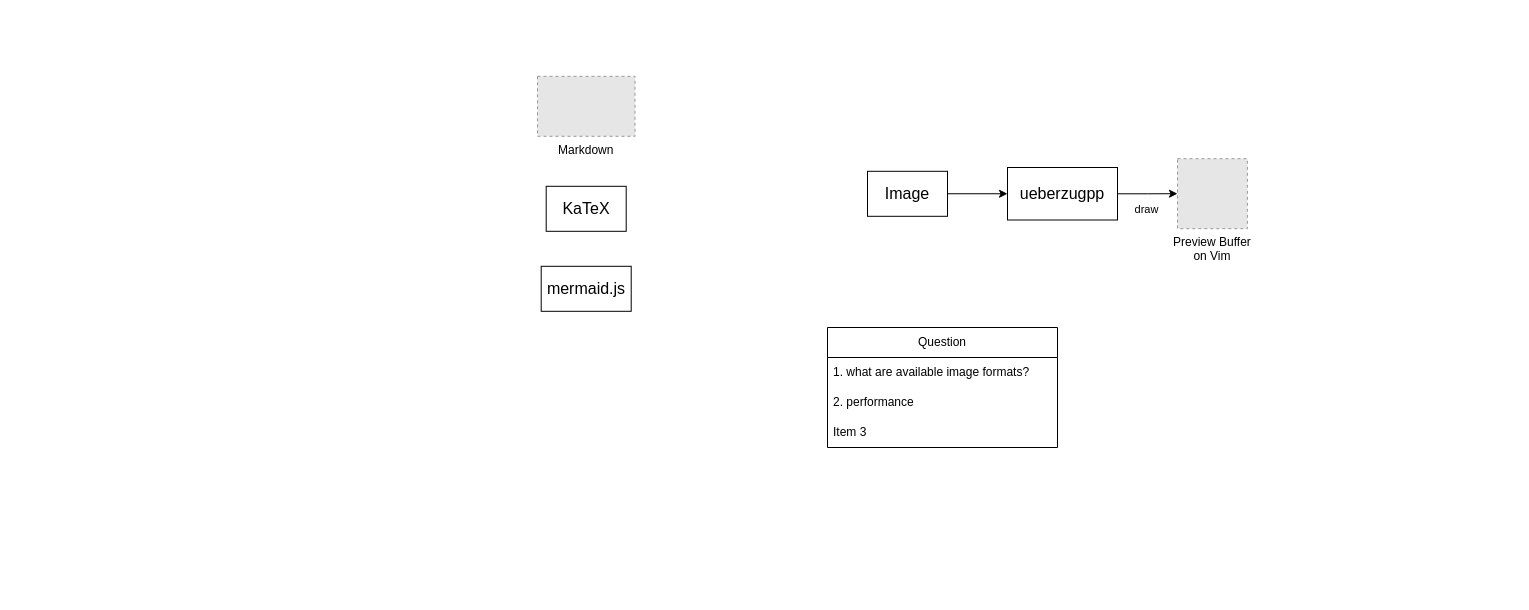
Before: markdown-preview_vim/markdown-preview_vim.drawio in takeshiD/ideabook, a draw.io diagram. Source tidied: cells renumbered, new cells numbered last; positions are measured from the earlier drawing's top-left corner, leaving out a move shared by most shapes. Both pictures are drawn from the tidied source at 100%, with x=0, y=0 at pixel (537, 76). Pictures stored in the file or linked from it are replaced by grey dashed boxes.
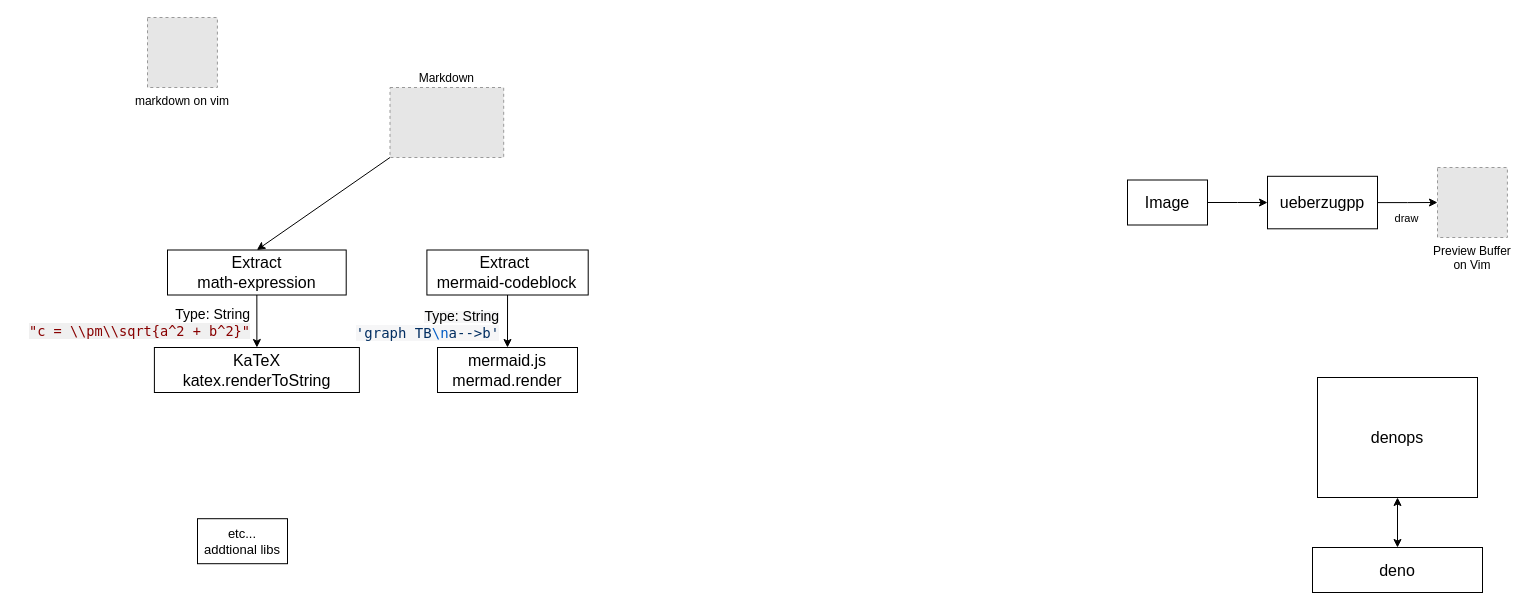
The same diagram, later.

Commit message (it also covers changes not shown here):
markdown-preview_vim.drawio を更新します

What changed in the source:
```diff
@@
     <mxCell id="2" value="Preview Buffer&#10;on Vim&#10;" style="fillColor=#E6E6E6;strokeColor=#999999;dashed=1;verticalLabelPosition=bottom;labelBackgroundColor=default;verticalAlign=top;" parent="1" vertex="1">
-      <mxGeometry x="640" y="82.2" width="69.9" height="70" as="geometry" />
+      <mxGeometry x="900" y="91" width="69.9" height="70" as="geometry" />
     </mxCell>
+    <mxCell id="15" style="rounded=0;jettySize=auto;html=1;exitX=0;exitY=1;exitDx=0;exitDy=0;entryX=0.5;entryY=0;entryDx=0;entryDy=0;" parent="1" edge="1" source="3" target="23">
+      <mxGeometry relative="1" as="geometry" />
+    </mxCell>
-    <mxCell id="3" value="Markdown" style="fillColor=#E6E6E6;strokeColor=#999999;dashed=1;verticalLabelPosition=bottom;labelBackgroundColor=default;verticalAlign=top;" parent="1" vertex="1">
-      <mxGeometry y="-0.2" width="97.5" height="60" as="geometry" />
+    <mxCell id="3" value="Markdown" style="fillColor=#E6E6E6;strokeColor=#999999;dashed=1;verticalLabelPosition=top;labelBackgroundColor=default;verticalAlign=bottom;labelPosition=center;align=center;" parent="1" vertex="1">
+      <mxGeometry x="-147.5" y="11" width="113.7" height="70" as="geometry" />
     </mxCell>
-    <mxCell id="4" value="KaTeX" style="text;html=1;align=center;verticalAlign=middle;whiteSpace=wrap;rounded=0;strokeColor=default;fontSize=16;" parent="1" vertex="1">
-      <mxGeometry x="8.7" y="109.8" width="80" height="45" as="geometry" />
+    <mxCell id="4" value="KaTeX&lt;div&gt;katex.renderToString&lt;/div&gt;" style="text;html=1;align=center;verticalAlign=middle;whiteSpace=wrap;rounded=0;strokeColor=default;fontSize=16;" parent="1" vertex="1">
+      <mxGeometry x="-383.1" y="271" width="205" height="45" as="geometry" />
     </mxCell>
-    <mxCell id="5" value="mermaid.js" style="text;html=1;align=center;verticalAlign=middle;whiteSpace=wrap;rounded=0;strokeColor=default;fontSize=16;" parent="1" vertex="1">
-      <mxGeometry x="3.7" y="189.8" width="90" height="45" as="geometry" />
+    <mxCell id="5" value="mermaid.js&lt;div&gt;mermad.render&lt;/div&gt;" style="text;html=1;align=center;verticalAlign=middle;whiteSpace=wrap;rounded=0;strokeColor=default;fontSize=16;" parent="1" vertex="1">
+      <mxGeometry x="-100" y="271" width="140" height="45" as="geometry" />
     </mxCell>
@@
     <mxCell id="8" value="ueberzugpp" style="text;html=1;align=center;verticalAlign=middle;whiteSpace=wrap;rounded=0;strokeColor=default;fontSize=16;" parent="1" vertex="1">
-      <mxGeometry x="470" y="91" width="110" height="52.5" as="geometry" />
+      <mxGeometry x="730" y="99.8" width="110" height="52.5" as="geometry" />
     </mxCell>
@@
     <mxCell id="10" value="Image" style="text;html=1;align=center;verticalAlign=middle;whiteSpace=wrap;rounded=0;strokeColor=default;fontSize=16;" parent="1" vertex="1">
-      <mxGeometry x="330" y="94.8" width="80" height="45" as="geometry" />
+      <mxGeometry x="590" y="103.5" width="80" height="45" as="geometry" />
     </mxCell>
-    <mxCell id="11" value="Question" style="swimlane;fontStyle=0;horizontal=1;startSize=30;whiteSpace=wrap;html=1;" parent="1" vertex="1">
-      <mxGeometry x="290" y="251" width="230" height="120" as="geometry" />
-    </mxCell>
-    <mxCell id="12" value="1. what are available image formats?" style="text;strokeColor=none;fillColor=none;align=left;verticalAlign=middle;spacingLeft=4;spacingRight=4;overflow=hidden;whiteSpace=wrap;html=1;" parent="11" vertex="1">
-      <mxGeometry y="30" width="230" height="30" as="geometry" />
-    </mxCell>
-    <mxCell id="13" value="2. performance" style="text;strokeColor=none;fillColor=none;align=left;verticalAlign=middle;spacingLeft=4;spacingRight=4;overflow=hidden;whiteSpace=wrap;html=1;" parent="11" vertex="1">
-      <mxGeometry y="60" width="230" height="30" as="geometry" />
-    </mxCell>
-    <mxCell id="14" value="Item 3" style="text;strokeColor=none;fillColor=none;align=left;verticalAlign=middle;spacingLeft=4;spacingRight=4;overflow=hidden;whiteSpace=wrap;html=1;" parent="11" vertex="1">
-      <mxGeometry y="90" width="230" height="30" as="geometry" />
-    </mxCell>
+    <mxCell id="16" value="markdown on vim" style="fillColor=#E6E6E6;strokeColor=#999999;dashed=1;verticalLabelPosition=bottom;labelBackgroundColor=default;verticalAlign=top;" parent="1" vertex="1">
+      <mxGeometry x="-390" y="-59" width="69.9" height="70" as="geometry" />
+    </mxCell>
+    <mxCell id="17" value="etc...&lt;div style=&quot;font-size: 13px;&quot;&gt;addtional libs&lt;/div&gt;" style="text;html=1;align=center;verticalAlign=middle;whiteSpace=wrap;rounded=0;strokeColor=default;fontSize=13;" parent="1" vertex="1">
+      <mxGeometry x="-340" y="442.2" width="90" height="45" as="geometry" />
+    </mxCell>
+    <mxCell id="18" style="rounded=0;jettySize=auto;html=1;exitX=0.5;exitY=1;exitDx=0;exitDy=0;entryX=0.5;entryY=0;entryDx=0;entryDy=0;startArrow=classic;startFill=1;" parent="1" edge="1" source="19" target="20">
+      <mxGeometry relative="1" as="geometry" />
+    </mxCell>
+    <mxCell id="19" value="denops" style="text;html=1;align=center;verticalAlign=middle;whiteSpace=wrap;rounded=0;strokeColor=default;fontSize=16;" parent="1" vertex="1">
+      <mxGeometry x="780" y="301" width="160" height="120" as="geometry" />
+    </mxCell>
+    <mxCell id="20" value="deno" style="text;html=1;align=center;verticalAlign=middle;whiteSpace=wrap;rounded=0;strokeColor=default;fontSize=16;" parent="1" vertex="1">
+      <mxGeometry x="775" y="471" width="170" height="45" as="geometry" />
+    </mxCell>
+    <mxCell id="21" value="&lt;div&gt;&lt;span style=&quot;white-space: pre;&quot;&gt;&lt;font style=&quot;font-size: 14px;&quot;&gt;Type: String&lt;/font&gt;&lt;/span&gt;&lt;/div&gt;&lt;span style=&quot;color: rgb(136, 0, 0); font-family: SFMono-Regular, Menlo, Monaco, Consolas, &amp;quot;Liberation Mono&amp;quot;, &amp;quot;Courier New&amp;quot;, monospace; font-size: 13.6px; white-space: pre; background-color: rgb(240, 240, 240);&quot;&gt;&quot;c = \\pm\\sqrt{a^2 + b^2}&quot;&lt;/span&gt;" style="text;html=1;align=right;verticalAlign=middle;whiteSpace=wrap;rounded=0;" parent="1" vertex="1">
+      <mxGeometry x="-520" y="231" width="235" height="30" as="geometry" />
+    </mxCell>
+    <mxCell id="22" style="rounded=0;jettySize=auto;html=1;exitX=0.5;exitY=1;exitDx=0;exitDy=0;entryX=0.5;entryY=0;entryDx=0;entryDy=0;" parent="1" edge="1" source="23" target="4">
+      <mxGeometry relative="1" as="geometry" />
+    </mxCell>
+    <mxCell id="23" value="Extract&lt;div&gt;math-expression&lt;/div&gt;" style="text;html=1;align=center;verticalAlign=middle;whiteSpace=wrap;rounded=0;strokeColor=default;fontSize=16;" parent="1" vertex="1">
+      <mxGeometry x="-370" y="173.5" width="178.7" height="45" as="geometry" />
+    </mxCell>
+    <mxCell id="24" style="rounded=0;jettySize=auto;html=1;exitX=0.5;exitY=1;exitDx=0;exitDy=0;entryX=0.5;entryY=0;entryDx=0;entryDy=0;" parent="1" edge="1" source="26" target="5">
+      <mxGeometry relative="1" as="geometry" />
+    </mxCell>
+    <mxCell id="25" value="&lt;div style=&quot;text-align: right;&quot;&gt;&lt;span style=&quot;box-sizing: border-box; --un-rotate: 0; --un-rotate-x: 0; --un-rotate-y: 0; --un-rotate-z: 0; --un-scale-x: 1; --un-scale-y: 1; --un-scale-z: 1; --un-skew-x: 0; --un-skew-y: 0; --un-translate-x: 0; --un-translate-y: 0; --un-translate-z: 0; --un-pan-x: ; --un-pan-y: ; --un-pinch-zoom: ; --un-scroll-snap-strictness: proximity; --un-ordinal: ; --un-slashed-zero: ; --un-numeric-figure: ; --un-numeric-spacing: ; --un-numeric-fraction: ; --un-border-spacing-x: 0; --un-border-spacing-y: 0; --un-ring-offset-shadow: 0 0 rgb(0 0 0 / 0); --un-ring-shadow: 0 0 rgb(0 0 0 / 0); --un-shadow-inset: ; --un-shadow: 0 0 rgb(0 0 0 / 0); --un-ring-inset: ; --un-ring-offset-width: 0px; --un-ring-offset-color: #fff; --un-ring-width: 0px; --un-ring-color: rgb(147 197 253 / .5); --un-blur: ; --un-brightness: ; --un-contrast: ; --un-drop-shadow: ; --un-grayscale: ; --un-hue-rotate: ; --un-invert: ; --un-saturate: ; --un-sepia: ; --un-backdrop-blur: ; --un-backdrop-brightness: ; --un-backdrop-contrast: ; --un-backdrop-grayscale: ; --un-backdrop-hue-rotate: ; --un-backdrop-invert: ; --un-backdrop-opacity: ; --un-backdrop-saturate: ; --un-backdrop-sepia: ; white-space-collapse: preserve; background-color: rgb(246, 246, 247); --shiki-light: #032F62; --shiki-dark: #9ECBFF;&quot;&gt;&lt;font face=&quot;Helvetica&quot; style=&quot;font-size: 14px;&quot;&gt;Type: String&lt;/font&gt;&lt;/span&gt;&lt;/div&gt;&lt;span style=&quot;box-sizing: border-box; --un-rotate: 0; --un-rotate-x: 0; --un-rotate-y: 0; --un-rotate-z: 0; --un-scale-x: 1; --un-scale-y: 1; --un-scale-z: 1; --un-skew-x: 0; --un-skew-y: 0; --un-translate-x: 0; --un-translate-y: 0; --un-translate-z: 0; --un-pan-x: ; --un-pan-y: ; --un-pinch-zoom: ; --un-scroll-snap-strictness: proximity; --un-ordinal: ; --un-slashed-zero: ; --un-numeric-figure: ; --un-numeric-spacing: ; --un-numeric-fraction: ; --un-border-spacing-x: 0; --un-border-spacing-y: 0; --un-ring-offset-shadow: 0 0 rgb(0 0 0 / 0); --un-ring-shadow: 0 0 rgb(0 0 0 / 0); --un-shadow-inset: ; --un-shadow: 0 0 rgb(0 0 0 / 0); --un-ring-inset: ; --un-ring-offset-width: 0px; --un-ring-offset-color: #fff; --un-ring-width: 0px; --un-ring-color: rgb(147 197 253 / .5); --un-blur: ; --un-brightness: ; --un-contrast: ; --un-drop-shadow: ; --un-grayscale: ; --un-hue-rotate: ; --un-invert: ; --un-saturate: ; --un-sepia: ; --un-backdrop-blur: ; --un-backdrop-brightness: ; --un-backdrop-contrast: ; --un-backdrop-grayscale: ; --un-backdrop-hue-rotate: ; --un-backdrop-invert: ; --un-backdrop-opacity: ; --un-backdrop-saturate: ; --un-backdrop-sepia: ; color: var(--shiki-light, inherit); font-family: ui-monospace, SFMono-Regular, &amp;quot;SF Mono&amp;quot;, Menlo, Monaco, Consolas, &amp;quot;Liberation Mono&amp;quot;, &amp;quot;Courier New&amp;quot;, monospace; font-size: 14px; text-align: left; white-space-collapse: preserve; background-color: rgb(246, 246, 247); --shiki-light: #032F62; --shiki-dark: #9ECBFF;&quot;&gt;'graph TB&lt;/span&gt;&lt;span style=&quot;box-sizing: border-box; --un-rotate: 0; --un-rotate-x: 0; --un-rotate-y: 0; --un-rotate-z: 0; --un-scale-x: 1; --un-scale-y: 1; --un-scale-z: 1; --un-skew-x: 0; --un-skew-y: 0; --un-translate-x: 0; --un-translate-y: 0; --un-translate-z: 0; --un-pan-x: ; --un-pan-y: ; --un-pinch-zoom: ; --un-scroll-snap-strictness: proximity; --un-ordinal: ; --un-slashed-zero: ; --un-numeric-figure: ; --un-numeric-spacing: ; --un-numeric-fraction: ; --un-border-spacing-x: 0; --un-border-spacing-y: 0; --un-ring-offset-shadow: 0 0 rgb(0 0 0 / 0); --un-ring-shadow: 0 0 rgb(0 0 0 / 0); --un-shadow-inset: ; --un-shadow: 0 0 rgb(0 0 0 / 0); --un-ring-inset: ; --un-ring-offset-width: 0px; --un-ring-offset-color: #fff; --un-ring-width: 0px; --un-ring-color: rgb(147 197 253 / .5); --un-blur: ; --un-brightness: ; --un-contrast: ; --un-drop-shadow: ; --un-grayscale: ; --un-hue-rotate: ; --un-invert: ; --un-saturate: ; --un-sepia: ; --un-backdrop-blur: ; --un-backdrop-brightness: ; --un-backdrop-contrast: ; --un-backdrop-grayscale: ; --un-backdrop-hue-rotate: ; --un-backdrop-invert: ; --un-backdrop-opacity: ; --un-backdrop-saturate: ; --un-backdrop-sepia: ; color: var(--shiki-light, inherit); font-family: ui-monospace, SFMono-Regular, &amp;quot;SF Mono&amp;quot;, Menlo, Monaco, Consolas, &amp;quot;Liberation Mono&amp;quot;, &amp;quot;Courier New&amp;quot;, monospace; font-size: 14px; text-align: left; white-space-collapse: preserve; background-color: rgb(246, 246, 247); --shiki-light: #005CC5; --shiki-dark: #79B8FF;&quot;&gt;\n&lt;/span&gt;&lt;span style=&quot;box-sizing: border-box; --un-rotate: 0; --un-rotate-x: 0; --un-rotate-y: 0; --un-rotate-z: 0; --un-scale-x: 1; --un-scale-y: 1; --un-scale-z: 1; --un-skew-x: 0; --un-skew-y: 0; --un-translate-x: 0; --un-translate-y: 0; --un-translate-z: 0; --un-pan-x: ; --un-pan-y: ; --un-pinch-zoom: ; --un-scroll-snap-strictness: proximity; --un-ordinal: ; --un-slashed-zero: ; --un-numeric-figure: ; --un-numeric-spacing: ; --un-numeric-fraction: ; --un-border-spacing-x: 0; --un-border-spacing-y: 0; --un-ring-offset-shadow: 0 0 rgb(0 0 0 / 0); --un-ring-shadow: 0 0 rgb(0 0 0 / 0); --un-shadow-inset: ; --un-shadow: 0 0 rgb(0 0 0 / 0); --un-ring-inset: ; --un-ring-offset-width: 0px; --un-ring-offset-color: #fff; --un-ring-width: 0px; --un-ring-color: rgb(147 197 253 / .5); --un-blur: ; --un-brightness: ; --un-contrast: ; --un-drop-shadow: ; --un-grayscale: ; --un-hue-rotate: ; --un-invert: ; --un-saturate: ; --un-sepia: ; --un-backdrop-blur: ; --un-backdrop-brightness: ; --un-backdrop-contrast: ; --un-backdrop-grayscale: ; --un-backdrop-hue-rotate: ; --un-backdrop-invert: ; --un-backdrop-opacity: ; --un-backdrop-saturate: ; --un-backdrop-sepia: ; color: var(--shiki-light, inherit); font-family: ui-monospace, SFMono-Regular, &amp;quot;SF Mono&amp;quot;, Menlo, Monaco, Consolas, &amp;quot;Liberation Mono&amp;quot;, &amp;quot;Courier New&amp;quot;, monospace; font-size: 14px; text-align: left; white-space-collapse: preserve; background-color: rgb(246, 246, 247); --shiki-light: #032F62; --shiki-dark: #9ECBFF;&quot;&gt;a--&amp;gt;b'&lt;/span&gt;" style="edgeLabel;html=1;align=center;verticalAlign=middle;" parent="24" vertex="1">
+      <mxGeometry x="0.01" y="2" relative="1" as="geometry">
+        <mxPoint x="-83" y="2" as="offset" />
+      </mxGeometry>
+    </mxCell>
+    <mxCell id="26" value="Extract&amp;nbsp;&lt;div&gt;mermaid-codeblock&lt;/div&gt;" style="text;html=1;align=center;verticalAlign=middle;whiteSpace=wrap;rounded=0;strokeColor=default;fontSize=16;" parent="1" vertex="1">
+      <mxGeometry x="-110.6" y="173.5" width="161.3" height="45" as="geometry" />
+    </mxCell>
```
